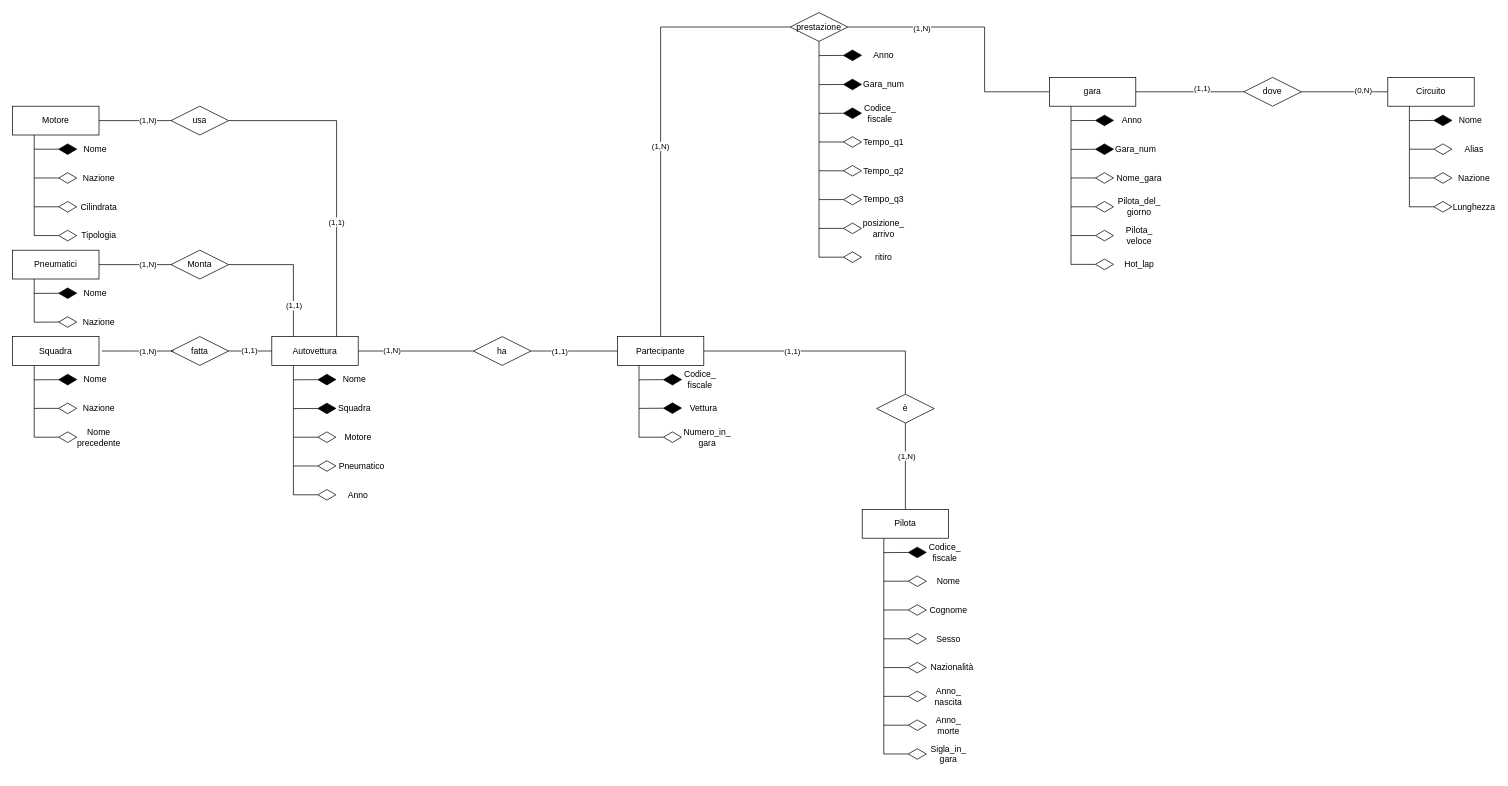
Earlier version of the draw.io diagram Schema Logico.drawio (checco296/ProgettoBasi). Source tidied: cells renumbered, new cells numbered last; positions are measured from the earlier drawing's top-left corner, leaving out a move shared by most shapes. Both pictures are drawn from the tidied source at 72%, with x=0, y=0 at pixel (12, 12).
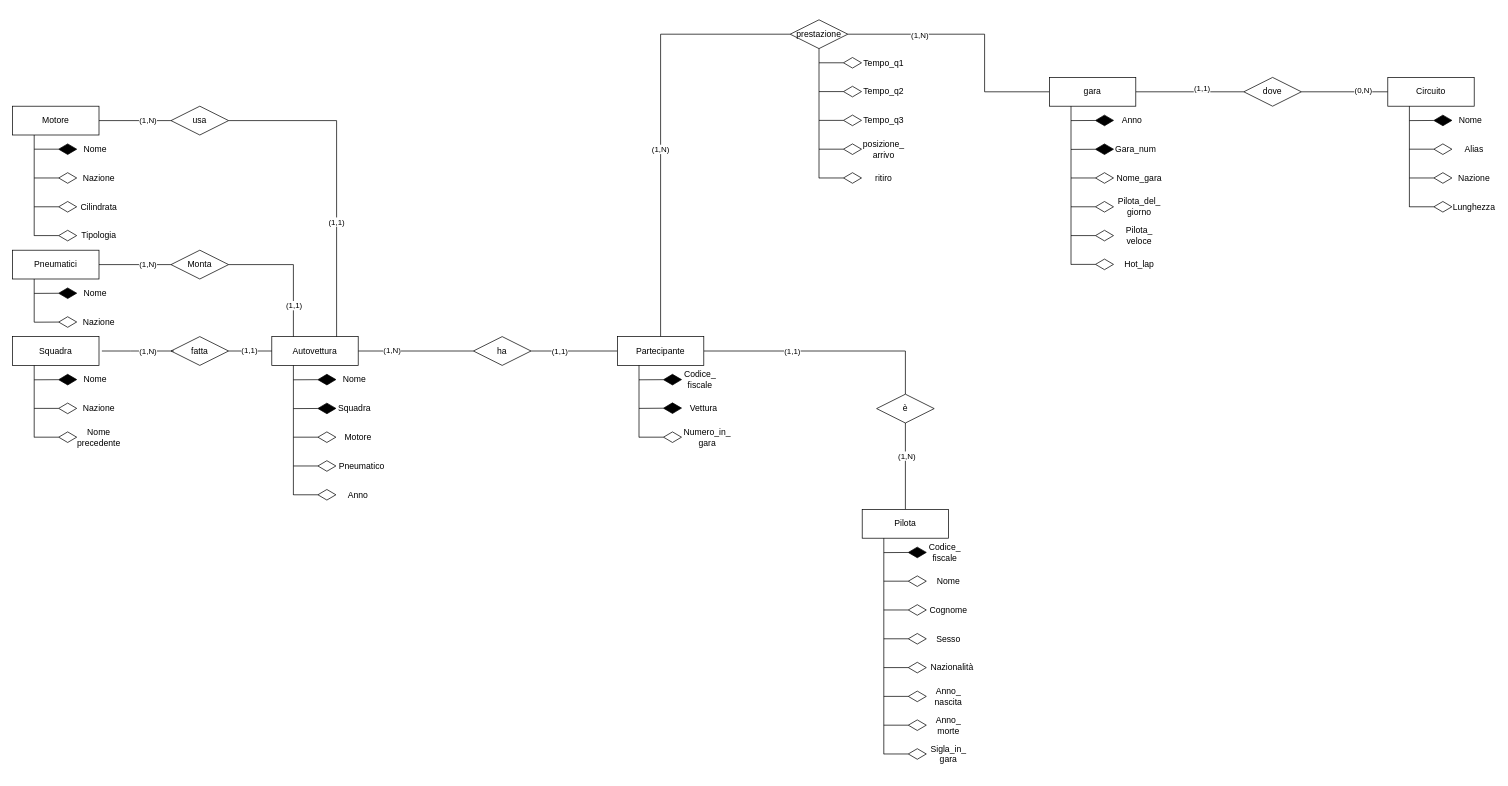
The same diagram, later.

The change refers to these unchanged cells:
```xml
<mxCell id="89" value="Partecipante" style="rounded=0;whiteSpace=wrap;html=1;" parent="88" vertex="1">
  <mxGeometry width="120" height="40" as="geometry" />
</mxCell>
<mxCell id="98" value="gara" style="rounded=0;whiteSpace=wrap;html=1;" parent="97" vertex="1">
  <mxGeometry width="120" height="40" as="geometry" />
</mxCell>
<mxCell id="123" style="group;" parent="1" vertex="1">
  <mxGeometry x="1080" width="160" height="360" as="geometry" />
</mxCell>
```

Diff of the diagram source:
```diff
@@
     <mxCell id="7" style="endArrow=none;html=1;rounded=0;entryX=0;entryY=0.5;entryDx=0;entryDy=0;exitX=1;exitY=0.5;exitDx=0;exitDy=0;" parent="1" edge="1" source="124" target="98">
       <mxGeometry relative="1" as="geometry">
         <Array as="points">
-          <mxPoint x="1350" y="20" />
+          <mxPoint x="1350" y="30" />
           <mxPoint x="1350" y="110" />
         </Array>
       </mxGeometry>
     </mxCell>
@@
     <mxCell id="9" style="endArrow=none;html=1;rounded=0;entryX=0;entryY=0.5;entryDx=0;entryDy=0;exitX=0.5;exitY=0;exitDx=0;exitDy=0;" parent="1" edge="1" source="89" target="124">
       <mxGeometry relative="1" as="geometry">
         <Array as="points">
-          <mxPoint x="900" y="20" />
-          <mxPoint x="1030" y="20" />
+          <mxPoint x="900" y="30" />
         </Array>
       </mxGeometry>
     </mxCell>
@@
     <mxCell id="124" value="prestazione" style="rhombus;whiteSpace=wrap;html=1;" parent="123" vertex="1">
-      <mxGeometry width="80" height="40" as="geometry" />
+      <mxGeometry y="10" width="80" height="40" as="geometry" />
     </mxCell>
     <mxCell id="125" style="endArrow=none;html=1;rounded=0;entryX=0.5;entryY=1;entryDx=0;entryDy=0;" parent="123" edge="1" target="124">
       <mxGeometry relative="1" as="geometry">
-        <mxPoint x="40" y="340" as="sourcePoint" />
+        <mxPoint x="40" y="230" as="sourcePoint" />
       </mxGeometry>
     </mxCell>
-    <mxCell id="126" value="Anno" style="text;html=1;strokeColor=none;fillColor=none;align=center;verticalAlign=middle;whiteSpace=wrap;rounded=0;" parent="123" vertex="1">
-      <mxGeometry x="100" y="40" width="60" height="40" as="geometry" />
-    </mxCell>
-    <mxCell id="127" style="endArrow=diamondThin;endFill=1;endSize=24;html=1;rounded=0;" parent="123" edge="1">
-      <mxGeometry relative="1" as="geometry">
-        <mxPoint x="40" y="59.7" as="sourcePoint" />
-        <mxPoint x="100" y="59.3" as="targetPoint" />
-      </mxGeometry>
-    </mxCell>
-    <mxCell id="128" style="endArrow=diamondThin;endFill=1;endSize=24;html=1;rounded=0;" parent="123" edge="1">
-      <mxGeometry relative="1" as="geometry">
-        <mxPoint x="40" y="100" as="sourcePoint" />
-        <mxPoint x="100" y="99.7" as="targetPoint" />
-      </mxGeometry>
-    </mxCell>
-    <mxCell id="129" value="Gara_num" style="text;html=1;strokeColor=none;fillColor=none;align=center;verticalAlign=middle;whiteSpace=wrap;rounded=0;" parent="123" vertex="1">
-      <mxGeometry x="100" y="80" width="60" height="40" as="geometry" />
-    </mxCell>
-    <mxCell id="130" style="endArrow=diamondThin;endFill=1;endSize=24;html=1;rounded=0;" parent="123" edge="1">
-      <mxGeometry relative="1" as="geometry">
-        <mxPoint x="40" y="140" as="sourcePoint" />
-        <mxPoint x="100" y="139.7" as="targetPoint" />
-      </mxGeometry>
-    </mxCell>
-    <mxCell id="131" value="&lt;div&gt;Codice_&lt;/div&gt;&lt;div&gt;fiscale&lt;/div&gt;" style="text;html=1;strokeColor=none;fillColor=none;align=center;verticalAlign=middle;whiteSpace=wrap;rounded=0;" parent="123" vertex="1">
-      <mxGeometry x="100" y="120" width="50" height="40" as="geometry" />
-    </mxCell>
     <mxCell id="132" style="endArrow=diamondThin;endFill=0;endSize=24;html=1;rounded=0;" parent="123" edge="1">
       <mxGeometry relative="1" as="geometry">
-        <mxPoint x="40" y="179.7" as="sourcePoint" />
-        <mxPoint x="100" y="179.7" as="targetPoint" />
+        <mxPoint x="40" y="69.7" as="sourcePoint" />
+        <mxPoint x="100" y="69.7" as="targetPoint" />
       </mxGeometry>
     </mxCell>
     <mxCell id="133" value="Tempo_q1" style="text;html=1;strokeColor=none;fillColor=none;align=center;verticalAlign=middle;whiteSpace=wrap;rounded=0;" parent="123" vertex="1">
-      <mxGeometry x="100" y="160" width="60" height="40" as="geometry" />
+      <mxGeometry x="100" y="50" width="60" height="40" as="geometry" />
     </mxCell>
     <mxCell id="134" style="endArrow=diamondThin;endFill=0;endSize=24;html=1;rounded=0;" parent="123" edge="1">
       <mxGeometry relative="1" as="geometry">
-        <mxPoint x="40" y="219.7" as="sourcePoint" />
-        <mxPoint x="100" y="219.7" as="targetPoint" />
+        <mxPoint x="40" y="109.7" as="sourcePoint" />
+        <mxPoint x="100" y="109.7" as="targetPoint" />
       </mxGeometry>
     </mxCell>
     <mxCell id="135" value="Tempo_q2" style="text;html=1;strokeColor=none;fillColor=none;align=center;verticalAlign=middle;whiteSpace=wrap;rounded=0;" parent="123" vertex="1">
-      <mxGeometry x="100" y="200" width="60" height="40" as="geometry" />
+      <mxGeometry x="100" y="90" width="60" height="40" as="geometry" />
     </mxCell>
     <mxCell id="136" style="endArrow=diamondThin;endFill=0;endSize=24;html=1;rounded=0;" parent="123" edge="1">
       <mxGeometry relative="1" as="geometry">
-        <mxPoint x="40" y="259.7" as="sourcePoint" />
-        <mxPoint x="100" y="259.7" as="targetPoint" />
+        <mxPoint x="40" y="149.7" as="sourcePoint" />
+        <mxPoint x="100" y="149.7" as="targetPoint" />
       </mxGeometry>
     </mxCell>
     <mxCell id="137" value="Tempo_q3" style="text;html=1;strokeColor=none;fillColor=none;align=center;verticalAlign=middle;whiteSpace=wrap;rounded=0;" parent="123" vertex="1">
-      <mxGeometry x="100" y="240" width="60" height="40" as="geometry" />
+      <mxGeometry x="100" y="130" width="60" height="40" as="geometry" />
     </mxCell>
     <mxCell id="138" style="endArrow=diamondThin;endFill=0;endSize=24;html=1;rounded=0;" parent="123" edge="1">
       <mxGeometry relative="1" as="geometry">
-        <mxPoint x="40" y="299.7" as="sourcePoint" />
-        <mxPoint x="100" y="299.7" as="targetPoint" />
+        <mxPoint x="40" y="189.7" as="sourcePoint" />
+        <mxPoint x="100" y="189.7" as="targetPoint" />
       </mxGeometry>
     </mxCell>
     <mxCell id="139" value="&lt;div&gt;posizione_&lt;/div&gt;&lt;div&gt;arrivo&lt;br&gt;&lt;/div&gt;" style="text;html=1;strokeColor=none;fillColor=none;align=center;verticalAlign=middle;whiteSpace=wrap;rounded=0;" parent="123" vertex="1">
-      <mxGeometry x="100" y="280" width="60" height="40" as="geometry" />
+      <mxGeometry x="100" y="170" width="60" height="40" as="geometry" />
     </mxCell>
     <mxCell id="140" style="endArrow=diamondThin;endFill=0;endSize=24;html=1;rounded=0;" parent="123" edge="1">
       <mxGeometry relative="1" as="geometry">
-        <mxPoint x="40" y="339.7" as="sourcePoint" />
-        <mxPoint x="100" y="339.7" as="targetPoint" />
+        <mxPoint x="40" y="229.7" as="sourcePoint" />
+        <mxPoint x="100" y="229.7" as="targetPoint" />
       </mxGeometry>
     </mxCell>
     <mxCell id="141" value="ritiro" style="text;html=1;strokeColor=none;fillColor=none;align=center;verticalAlign=middle;whiteSpace=wrap;rounded=0;" parent="123" vertex="1">
-      <mxGeometry x="100" y="320" width="60" height="40" as="geometry" />
+      <mxGeometry x="100" y="210" width="60" height="40" as="geometry" />
     </mxCell>
```
